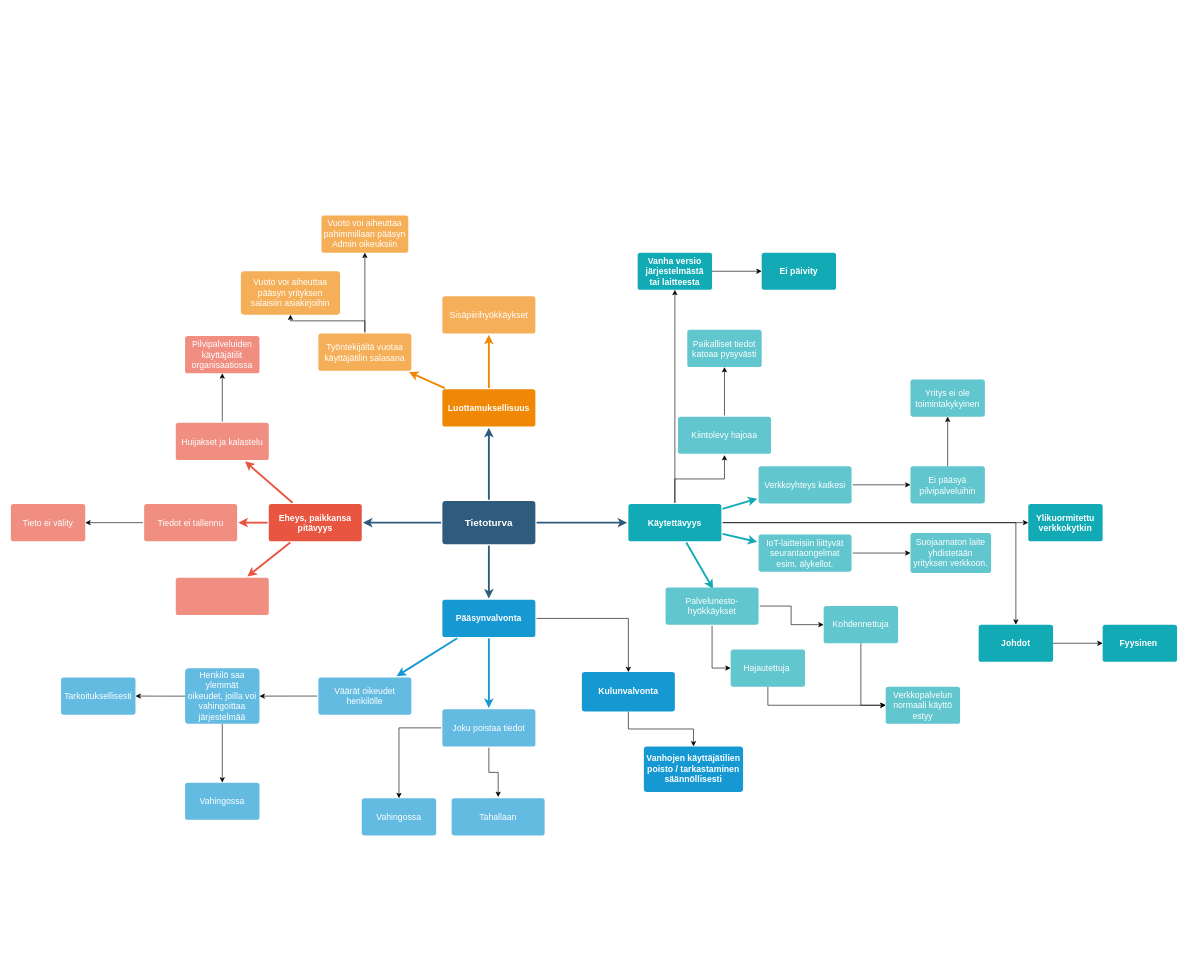
Earlier version of the draw.io diagram docs/pictures/Riskimindmap.drawio (TimoKuukka/Kyberturvallisuus). Source tidied: cells renumbered, new cells numbered last; positions are measured from the earlier drawing's top-left corner, leaving out a move shared by most shapes. Both pictures are drawn from the tidied source at 62%, with x=0, y=0 at pixel (11, 215).
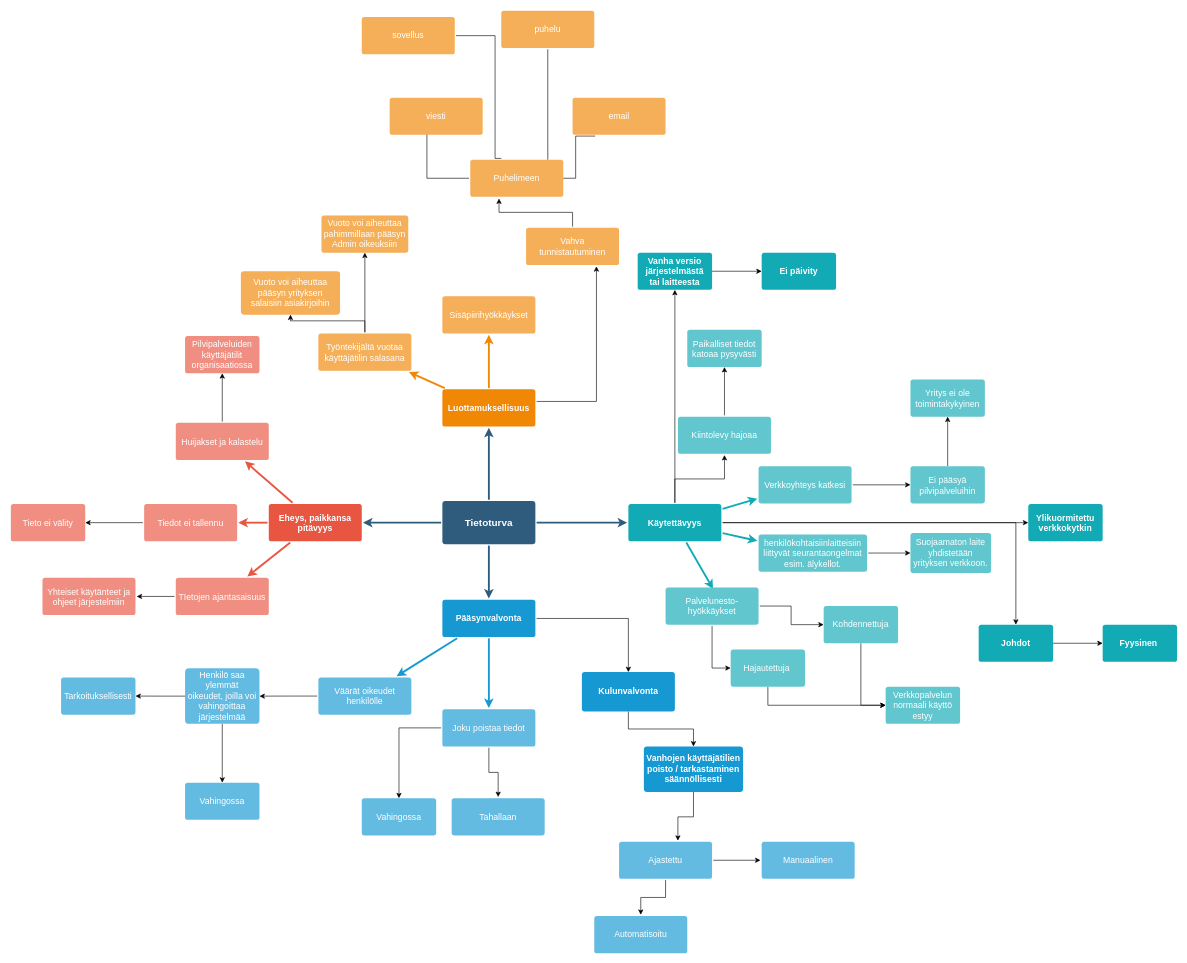
The same page after the edit.

The change refers to these unchanged cells:
```xml
<mxCell id="26" value="Luottamuksellisuus" style="rounded=1;whiteSpace=wrap;html=1;shadow=0;labelBackgroundColor=none;strokeColor=none;strokeWidth=3;fillColor=#F08705;fontFamily=Helvetica;fontSize=14;fontColor=#FFFFFF;align=center;spacing=5;fontStyle=1;arcSize=7;perimeterSpacing=2;" parent="1" vertex="1">
  <mxGeometry x="696" y="280.5" width="150" height="60" as="geometry" />
</mxCell>
<mxCell id="63" value="Vanhojen käyttäjätilien poisto / tarkastaminen säännöllisesti" style="whiteSpace=wrap;html=1;fontSize=14;fillColor=#1699d3;strokeColor=none;fontColor=#FFFFFF;rounded=1;shadow=0;labelBackgroundColor=none;strokeWidth=3;spacing=5;fontStyle=1;arcSize=7;" parent="1" vertex="1">
  <mxGeometry x="1021" y="856.5" width="160" height="73.5" as="geometry" />
</mxCell>
```

What changed in the source:
```diff
@@
+    <mxCell id="80" style="edgeStyle=orthogonalEdgeStyle;rounded=0;jettySize=auto;html=1;entryX=1;entryY=0.5;entryDx=0;entryDy=0;" parent="1" edge="1" source="11" target="83">
+      <mxGeometry relative="1" as="geometry" />
+    </mxCell>
-    <mxCell id="11" style="rounded=1;whiteSpace=wrap;html=1;shadow=0;labelBackgroundColor=none;strokeColor=none;strokeWidth=3;fillColor=#f08e81;fontFamily=Helvetica;fontSize=14;fontColor=#FFFFFF;align=center;spacing=5;fontStyle=0;arcSize=7;perimeterSpacing=2;" parent="1" vertex="1">
+    <mxCell id="11" value="TIetojen ajantasaisuus" style="rounded=1;whiteSpace=wrap;html=1;shadow=0;labelBackgroundColor=none;strokeColor=none;strokeWidth=3;fillColor=#f08e81;fontFamily=Helvetica;fontSize=14;fontColor=#FFFFFF;align=center;spacing=5;fontStyle=0;arcSize=7;perimeterSpacing=2;" parent="1" vertex="1">
       <mxGeometry x="266" y="584.5" width="150" height="60" as="geometry" />
     </mxCell>
@@
+    <mxCell id="81" style="edgeStyle=orthogonalEdgeStyle;rounded=0;jettySize=auto;html=1;entryX=0.75;entryY=1;entryDx=0;entryDy=0;" parent="1" edge="1" source="26" target="85">
+      <mxGeometry relative="1" as="geometry">
+        <Array as="points">
+          <mxPoint x="944" y="300" />
+        </Array>
+      </mxGeometry>
+    </mxCell>
@@
-    <mxCell id="40" value="IoT-laitteisiin liittyvät seurantaongelmat esim. älykellot." style="rounded=1;whiteSpace=wrap;html=1;shadow=0;labelBackgroundColor=none;strokeColor=none;strokeWidth=3;fillColor=#61C6CE;fontFamily=Helvetica;fontSize=14;fontColor=#FFFFFF;align=center;spacing=5;fontStyle=0;arcSize=7;perimeterSpacing=2;" parent="1" vertex="1">
-      <mxGeometry x="1206" y="514.5" width="150" height="60" as="geometry" />
+    <mxCell id="40" value="henkilökohtaisiinlaitteisiin liittyvät seurantaongelmat esim. älykellot." style="rounded=1;whiteSpace=wrap;html=1;shadow=0;labelBackgroundColor=none;strokeColor=none;strokeWidth=3;fillColor=#61C6CE;fontFamily=Helvetica;fontSize=14;fontColor=#FFFFFF;align=center;spacing=5;fontStyle=0;arcSize=7;perimeterSpacing=2;" parent="1" vertex="1">
+      <mxGeometry x="1206" y="514.5" width="175" height="60" as="geometry" />
     </mxCell>
@@
+    <mxCell id="82" style="edgeStyle=orthogonalEdgeStyle;rounded=0;jettySize=auto;html=1;entryX=0.629;entryY=0.007;entryDx=0;entryDy=0;entryPerimeter=0;" parent="1" edge="1" source="63" target="97">
+      <mxGeometry relative="1" as="geometry" />
+    </mxCell>
@@
+    <mxCell id="83" value="Yhteiset käytänteet ja ohjeet järjestelmiin" style="rounded=1;whiteSpace=wrap;html=1;shadow=0;labelBackgroundColor=none;strokeColor=none;strokeWidth=3;fillColor=#f08e81;fontFamily=Helvetica;fontSize=14;fontColor=#FFFFFF;align=center;spacing=5;fontStyle=0;arcSize=7;perimeterSpacing=2;" parent="1" vertex="1">
+      <mxGeometry x="51" y="584.5" width="150" height="60" as="geometry" />
+    </mxCell>
+    <mxCell id="84" style="edgeStyle=orthogonalEdgeStyle;rounded=0;jettySize=auto;html=1;entryX=0.314;entryY=1.011;entryDx=0;entryDy=0;entryPerimeter=0;" parent="1" edge="1" source="85" target="87">
+      <mxGeometry relative="1" as="geometry" />
+    </mxCell>
+    <mxCell id="85" value="Vahva tunnistautuminen" style="rounded=1;whiteSpace=wrap;html=1;shadow=0;labelBackgroundColor=none;strokeColor=none;strokeWidth=3;fillColor=#f5af58;fontFamily=Helvetica;fontSize=14;fontColor=#FFFFFF;align=center;spacing=5;arcSize=7;perimeterSpacing=2;" parent="1" vertex="1">
+      <mxGeometry x="831" y="20" width="150" height="60" as="geometry" />
+    </mxCell>
+    <mxCell id="86" style="edgeStyle=orthogonalEdgeStyle;rounded=0;jettySize=auto;html=1;entryX=0.403;entryY=0.813;entryDx=0;entryDy=0;entryPerimeter=0;" parent="1" edge="1" source="87" target="90">
+      <mxGeometry relative="1" as="geometry">
+        <Array as="points">
+          <mxPoint x="671" y="-60" />
+        </Array>
+      </mxGeometry>
+    </mxCell>
+    <mxCell id="87" value="Puhelimeen" style="rounded=1;whiteSpace=wrap;html=1;shadow=0;labelBackgroundColor=none;strokeColor=none;strokeWidth=3;fillColor=#f5af58;fontFamily=Helvetica;fontSize=14;fontColor=#FFFFFF;align=center;spacing=5;arcSize=7;perimeterSpacing=2;" parent="1" vertex="1">
+      <mxGeometry x="741" y="-90" width="150" height="60" as="geometry" />
+    </mxCell>
+    <mxCell id="88" style="edgeStyle=orthogonalEdgeStyle;rounded=0;jettySize=auto;html=1;exitX=0.25;exitY=1;exitDx=0;exitDy=0;endArrow=none;endFill=0;" parent="1" edge="1" source="89">
+      <mxGeometry relative="1" as="geometry">
+        <mxPoint x="891" y="-60" as="targetPoint" />
+        <Array as="points">
+          <mxPoint x="911" y="-128" />
+          <mxPoint x="911" y="-60" />
+        </Array>
+      </mxGeometry>
+    </mxCell>
+    <mxCell id="89" value="email" style="rounded=1;whiteSpace=wrap;html=1;shadow=0;labelBackgroundColor=none;strokeColor=none;strokeWidth=3;fillColor=#f5af58;fontFamily=Helvetica;fontSize=14;fontColor=#FFFFFF;align=center;spacing=5;arcSize=7;perimeterSpacing=2;" parent="1" vertex="1">
+      <mxGeometry x="906" y="-190" width="150" height="60" as="geometry" />
+    </mxCell>
+    <mxCell id="90" value="viesti" style="rounded=1;whiteSpace=wrap;html=1;shadow=0;labelBackgroundColor=none;strokeColor=none;strokeWidth=3;fillColor=#f5af58;fontFamily=Helvetica;fontSize=14;fontColor=#FFFFFF;align=center;spacing=5;arcSize=7;perimeterSpacing=2;" parent="1" vertex="1">
+      <mxGeometry x="611" y="-190" width="150" height="60" as="geometry" />
+    </mxCell>
+    <mxCell id="91" style="edgeStyle=orthogonalEdgeStyle;rounded=0;jettySize=auto;html=1;endArrow=none;endFill=0;" parent="1" edge="1" source="92">
+      <mxGeometry relative="1" as="geometry">
+        <mxPoint x="791" y="-92" as="targetPoint" />
+        <Array as="points">
+          <mxPoint x="781" y="-290" />
+          <mxPoint x="781" y="-92" />
+        </Array>
+      </mxGeometry>
+    </mxCell>
+    <mxCell id="92" value="sovellus" style="rounded=1;whiteSpace=wrap;html=1;shadow=0;labelBackgroundColor=none;strokeColor=none;strokeWidth=3;fillColor=#f5af58;fontFamily=Helvetica;fontSize=14;fontColor=#FFFFFF;align=center;spacing=5;arcSize=7;perimeterSpacing=2;" parent="1" vertex="1">
+      <mxGeometry x="566" y="-320" width="150" height="60" as="geometry" />
+    </mxCell>
+    <mxCell id="93" style="edgeStyle=orthogonalEdgeStyle;rounded=0;jettySize=auto;html=1;entryX=0.825;entryY=0.031;entryDx=0;entryDy=0;entryPerimeter=0;endArrow=none;endFill=0;" parent="1" edge="1" source="94" target="87">
+      <mxGeometry relative="1" as="geometry" />
+    </mxCell>
+    <mxCell id="94" value="puhelu" style="rounded=1;whiteSpace=wrap;html=1;shadow=0;labelBackgroundColor=none;strokeColor=none;strokeWidth=3;fillColor=#f5af58;fontFamily=Helvetica;fontSize=14;fontColor=#FFFFFF;align=center;spacing=5;arcSize=7;perimeterSpacing=2;" parent="1" vertex="1">
+      <mxGeometry x="791" y="-330" width="150" height="60" as="geometry" />
+    </mxCell>
+    <mxCell id="95" style="edgeStyle=orthogonalEdgeStyle;rounded=0;jettySize=auto;html=1;" parent="1" edge="1" source="97" target="99">
+      <mxGeometry relative="1" as="geometry" />
+    </mxCell>
+    <mxCell id="96" style="edgeStyle=orthogonalEdgeStyle;rounded=0;jettySize=auto;html=1;" parent="1" edge="1" source="97" target="98">
+      <mxGeometry relative="1" as="geometry" />
+    </mxCell>
+    <mxCell id="97" value="Ajastettu" style="rounded=1;whiteSpace=wrap;html=1;shadow=0;labelBackgroundColor=none;strokeColor=none;strokeWidth=3;fillColor=#64bbe2;fontFamily=Helvetica;fontSize=14;fontColor=#FFFFFF;align=center;spacing=5;arcSize=7;perimeterSpacing=2;" parent="1" vertex="1">
+      <mxGeometry x="981" y="1010" width="150" height="60" as="geometry" />
+    </mxCell>
+    <mxCell id="98" value="Automatisoitu" style="rounded=1;whiteSpace=wrap;html=1;shadow=0;labelBackgroundColor=none;strokeColor=none;strokeWidth=3;fillColor=#64bbe2;fontFamily=Helvetica;fontSize=14;fontColor=#FFFFFF;align=center;spacing=5;arcSize=7;perimeterSpacing=2;" parent="1" vertex="1">
+      <mxGeometry x="941" y="1130" width="150" height="60" as="geometry" />
+    </mxCell>
+    <mxCell id="99" value="Manuaalinen" style="rounded=1;whiteSpace=wrap;html=1;shadow=0;labelBackgroundColor=none;strokeColor=none;strokeWidth=3;fillColor=#64bbe2;fontFamily=Helvetica;fontSize=14;fontColor=#FFFFFF;align=center;spacing=5;arcSize=7;perimeterSpacing=2;" parent="1" vertex="1">
+      <mxGeometry x="1211" y="1010" width="150" height="60" as="geometry" />
+    </mxCell>
```
